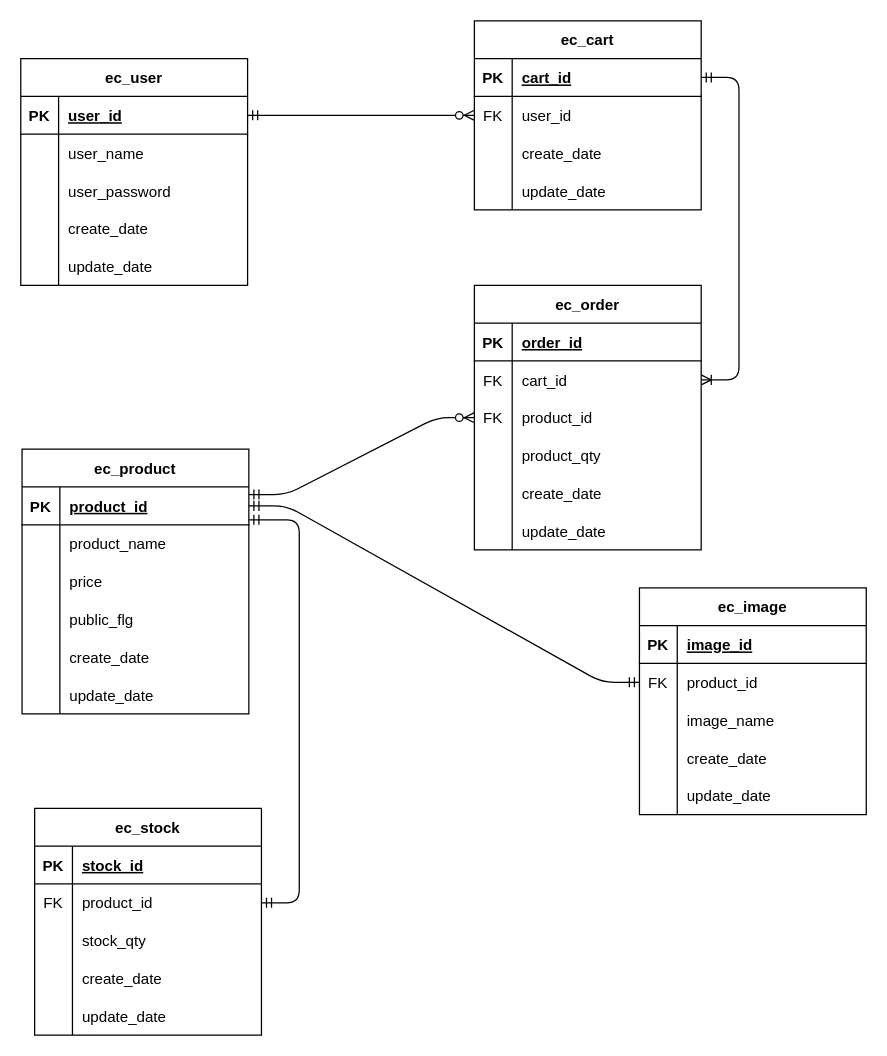
Before: htdocs/ec_site/documents/ER.dio in wakamyc701/dc_work_tamachi_wakamiya_PHP, a draw.io diagram. Source tidied: cells renumbered, new cells numbered last; positions are measured from the earlier drawing's top-left corner, leaving out a move shared by most shapes. Both pictures are drawn from the tidied source at 126%, with x=0, y=0 at pixel (20, 20).
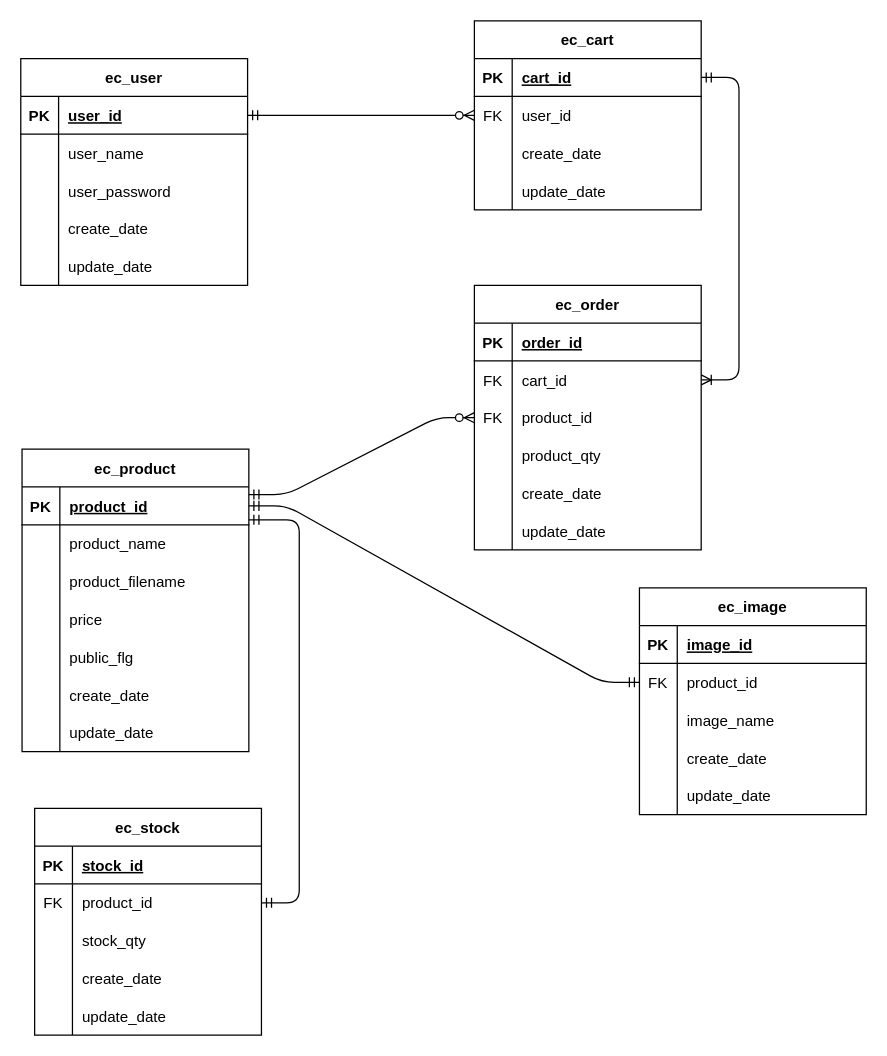
The same diagram, later.

Unchanged cells that the change refers to:
```xml
<mxCell id="57" style="shape=tableRow;horizontal=0;startSize=0;swimlaneHead=0;swimlaneBody=0;fillColor=none;top=0;left=0;right=0;bottom=0;" parent="50" vertex="1">
  <mxGeometry y="90" width="180" height="30" as="geometry" />
</mxCell>
<mxCell id="60" style="shape=tableRow;horizontal=0;startSize=0;swimlaneHead=0;swimlaneBody=0;fillColor=none;top=0;left=0;right=0;bottom=0;" parent="50" vertex="1">
  <mxGeometry y="120" width="180" height="30" as="geometry" />
</mxCell>
<mxCell id="63" style="shape=tableRow;horizontal=0;startSize=0;swimlaneHead=0;swimlaneBody=0;fillColor=none;top=0;left=0;right=0;bottom=0;" parent="50" vertex="1">
  <mxGeometry y="150" width="180" height="30" as="geometry" />
</mxCell>
<mxCell id="66" style="shape=tableRow;horizontal=0;startSize=0;swimlaneHead=0;swimlaneBody=0;fillColor=none;top=0;left=0;right=0;bottom=0;" parent="50" vertex="1">
  <mxGeometry y="180" width="180" height="30" as="geometry" />
</mxCell>
```

Change to the diagram source:
```diff
@@
     <mxCell id="50" value="ec_product" style="shape=table;startSize=30;childLayout=tableLayout;rowLines=0;fontStyle=1;align=center;" parent="1" vertex="1">
-      <mxGeometry x="1" y="340" width="180" height="210" as="geometry" />
+      <mxGeometry x="1" y="340" width="180" height="240" as="geometry" />
     </mxCell>
@@
-    <mxCell id="59" value="price" style="shape=partialRectangle;fillColor=none;top=0;left=0;bottom=0;right=0;align=left;spacingLeft=6;overflow=hidden;" parent="57" vertex="1">
+    <mxCell id="59" value="product_filename" style="shape=partialRectangle;fillColor=none;top=0;left=0;bottom=0;right=0;align=left;spacingLeft=6;overflow=hidden;" parent="57" vertex="1">
       <mxGeometry x="30" width="150" height="30" as="geometry" />
     </mxCell>
@@
-    <mxCell id="62" value="public_flg" style="shape=partialRectangle;fillColor=none;top=0;left=0;bottom=0;right=0;align=left;spacingLeft=6;overflow=hidden;" parent="60" vertex="1">
+    <mxCell id="62" value="price" style="shape=partialRectangle;fillColor=none;top=0;left=0;bottom=0;right=0;align=left;spacingLeft=6;overflow=hidden;" parent="60" vertex="1">
       <mxGeometry x="30" width="150" height="30" as="geometry" />
     </mxCell>
@@
-    <mxCell id="65" value="create_date" style="shape=partialRectangle;fillColor=none;top=0;left=0;bottom=0;right=0;align=left;spacingLeft=6;overflow=hidden;" parent="63" vertex="1">
+    <mxCell id="65" value="public_flg" style="shape=partialRectangle;fillColor=none;top=0;left=0;bottom=0;right=0;align=left;spacingLeft=6;overflow=hidden;" parent="63" vertex="1">
       <mxGeometry x="30" width="150" height="30" as="geometry" />
     </mxCell>
@@
-    <mxCell id="68" value="update_date" style="shape=partialRectangle;fillColor=none;top=0;left=0;bottom=0;right=0;align=left;spacingLeft=6;overflow=hidden;" parent="66" vertex="1">
+    <mxCell id="68" value="create_date" style="shape=partialRectangle;fillColor=none;top=0;left=0;bottom=0;right=0;align=left;spacingLeft=6;overflow=hidden;" parent="66" vertex="1">
       <mxGeometry x="30" width="150" height="30" as="geometry" />
     </mxCell>
+    <mxCell id="106" style="shape=tableRow;horizontal=0;startSize=0;swimlaneHead=0;swimlaneBody=0;fillColor=none;top=0;left=0;right=0;bottom=0;" parent="50" vertex="1">
+      <mxGeometry y="210" width="180" height="30" as="geometry" />
+    </mxCell>
+    <mxCell id="107" style="shape=partialRectangle;fillColor=none;top=0;left=0;bottom=0;right=0;overflow=hidden;" parent="106" vertex="1">
+      <mxGeometry width="30" height="30" as="geometry" />
+    </mxCell>
+    <mxCell id="108" value="update_date" style="shape=partialRectangle;fillColor=none;top=0;left=0;bottom=0;right=0;align=left;spacingLeft=6;overflow=hidden;" parent="106" vertex="1">
+      <mxGeometry x="30" width="150" height="30" as="geometry" />
+    </mxCell>
```
